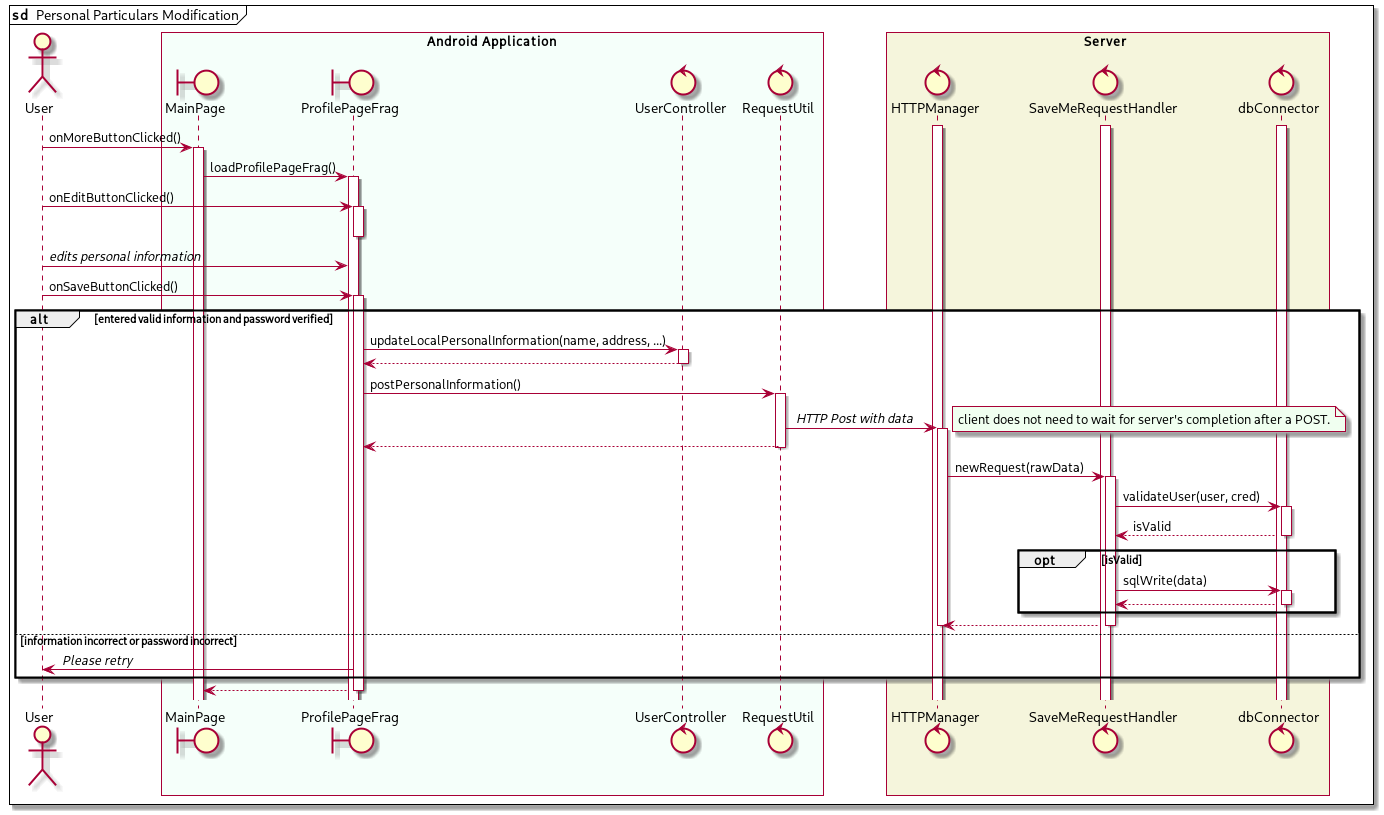
Above: SeqDiagram/EditPersonalParticulars.png in marvenlee2486/CZ2006CodeMonkeys (PlantUML), before the change. Source of this version:
```plantuml
@startuml
mainframe **sd ** Personal Particulars Modification
actor User as u

box "Android Application" #mintcream
boundary MainPage as mp
boundary ProfilePageFrag as ppf
control UserController as uc
control RequestUtil as ru
end box

box Server #beige
control HTTPManager as hm
control SaveMeRequestHandler as smrh
control dbConnector as db
end box

activate hm
activate smrh
activate db

u -> mp++: onMoreButtonClicked()
mp -> ppf++: loadProfilePageFrag()
u -> ppf++: onEditButtonClicked()
ppf--
u -> ppf: //edits personal information//
u -> ppf++: onSaveButtonClicked()
alt entered valid information and password verified
    ppf -> uc++: updateLocalPersonalInformation(name, address, ...)
    uc --> ppf--
    ppf -> ru++: postPersonalInformation()
    ru -> hm++: // HTTP Post with data //
        note right #honeydew: client does not need to wait for server's completion after a POST.
    ru --> ppf --
    hm -> smrh++: newRequest(rawData)
    smrh -> db++: validateUser(user, cred)
    return isValid
    opt isValid
    smrh -> db++: sqlWrite(data)
    db --> smrh--
    end opt
    smrh --> hm--
    hm--
else information incorrect or password incorrect
    ppf -> u: // Please retry //
end alt
ppf --> mp--
@enduml
```
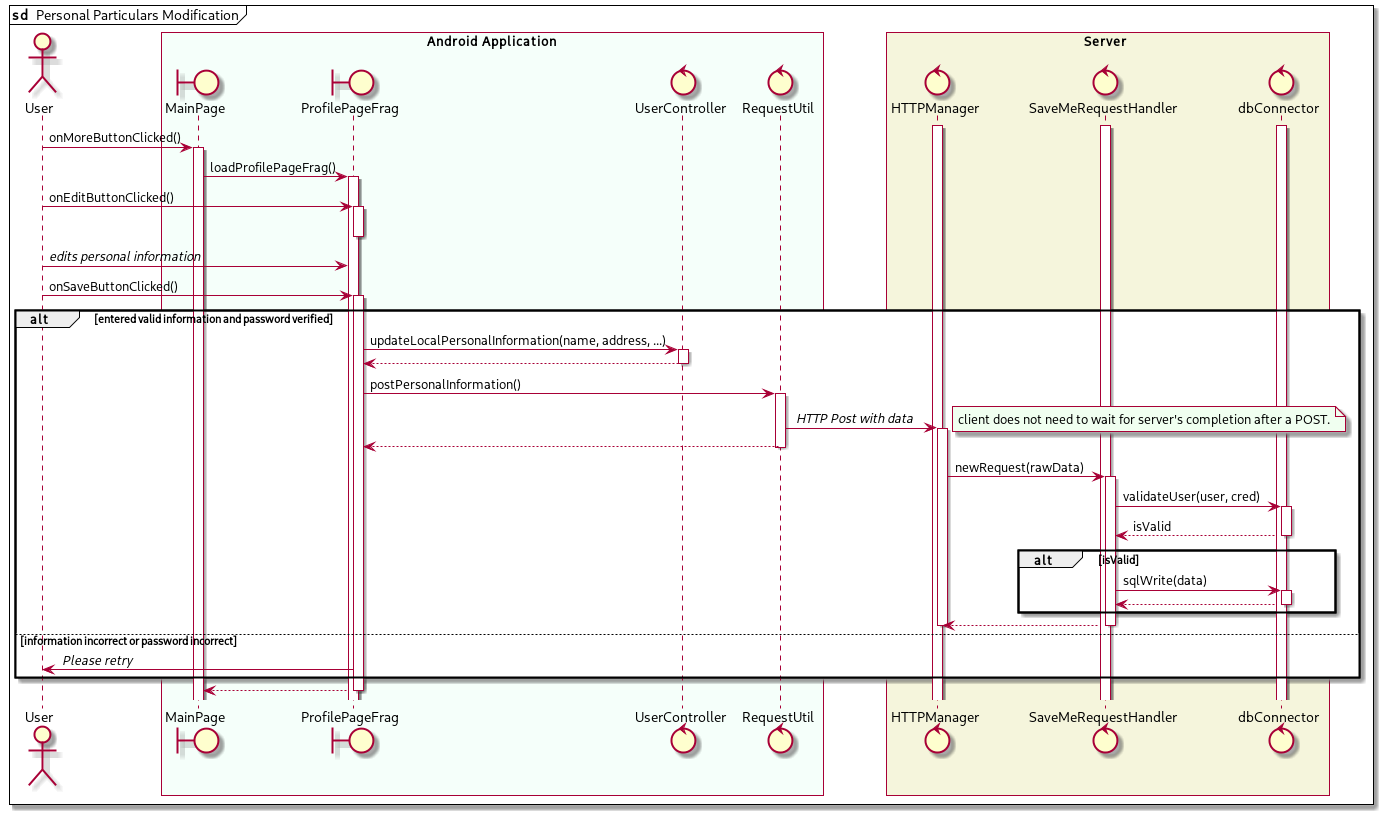
The same diagram one commit later.

Diff of the diagram source:
```diff
@@ -35,10 +35,10 @@
     hm -> smrh++: newRequest(rawData)
     smrh -> db++: validateUser(user, cred)
     return isValid
-    opt isValid
+    alt isValid
     smrh -> db++: sqlWrite(data)
     db --> smrh--
-    end opt
+    end alt
     smrh --> hm--
     hm--
 else information incorrect or password incorrect
```
